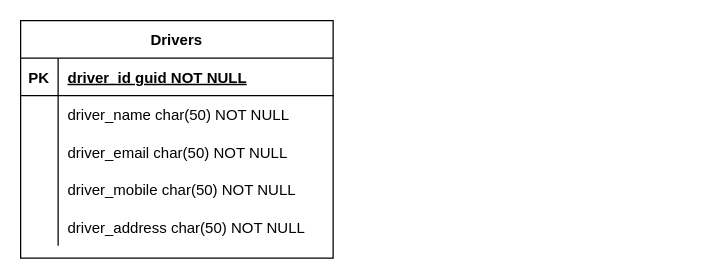
Earlier version of the draw.io diagram Untitled Diagram.drawio (connor-davis/vc-yeartwo). Source tidied: cells renumbered, new cells numbered last; positions are measured from the earlier drawing's top-left corner, leaving out a move shared by most shapes. Both pictures are drawn from the tidied source at 125%, with x=0, y=0 at pixel (20, 20).
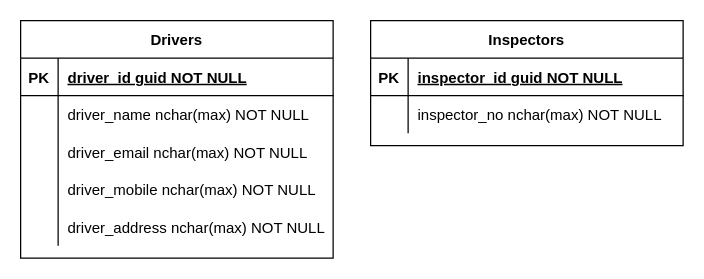
After the change.

The change refers to these unchanged cells:
```xml
<mxCell id="6" style="shape=partialRectangle;fillColor=none;top=0;left=0;right=0;bottom=0;" parent="2" vertex="1">
  <mxGeometry y="60" width="250" height="30" as="geometry" />
</mxCell>
<mxCell id="9" style="shape=partialRectangle;fillColor=none;top=0;left=0;right=0;bottom=0;" parent="2" vertex="1">
  <mxGeometry y="90" width="250" height="30" as="geometry" />
</mxCell>
<mxCell id="12" style="shape=partialRectangle;fillColor=none;top=0;left=0;right=0;bottom=0;" parent="2" vertex="1">
  <mxGeometry y="120" width="250" height="30" as="geometry" />
</mxCell>
<mxCell id="15" style="shape=partialRectangle;fillColor=none;top=0;left=0;right=0;bottom=0;" parent="2" vertex="1">
  <mxGeometry y="150" width="250" height="30" as="geometry" />
</mxCell>
```

What changed in the source:
```diff
@@
-    <mxCell id="8" value="driver_name char(50) NOT NULL" style="shape=partialRectangle;overflow=hidden;fillColor=none;top=0;left=0;bottom=0;right=0;align=left;spacingLeft=6;" parent="6" vertex="1">
+    <mxCell id="8" value="driver_name nchar(max) NOT NULL" style="shape=partialRectangle;overflow=hidden;fillColor=none;top=0;left=0;bottom=0;right=0;align=left;spacingLeft=6;" parent="6" vertex="1">
       <mxGeometry x="30" width="220" height="30" as="geometry" />
     </mxCell>
@@
-    <mxCell id="11" value="driver_email char(50) NOT NULL" style="shape=partialRectangle;overflow=hidden;fillColor=none;top=0;left=0;bottom=0;right=0;align=left;spacingLeft=6;" parent="9" vertex="1">
+    <mxCell id="11" value="driver_email nchar(max) NOT NULL" style="shape=partialRectangle;overflow=hidden;fillColor=none;top=0;left=0;bottom=0;right=0;align=left;spacingLeft=6;" parent="9" vertex="1">
       <mxGeometry x="30" width="220" height="30" as="geometry" />
     </mxCell>
@@
-    <mxCell id="14" value="driver_mobile char(50) NOT NULL" style="shape=partialRectangle;overflow=hidden;fillColor=none;top=0;left=0;bottom=0;right=0;align=left;spacingLeft=6;" parent="12" vertex="1">
+    <mxCell id="14" value="driver_mobile nchar(max) NOT NULL" style="shape=partialRectangle;overflow=hidden;fillColor=none;top=0;left=0;bottom=0;right=0;align=left;spacingLeft=6;" parent="12" vertex="1">
       <mxGeometry x="30" width="220" height="30" as="geometry" />
     </mxCell>
@@
-    <mxCell id="17" value="driver_address char(50) NOT NULL" style="shape=partialRectangle;overflow=hidden;fillColor=none;top=0;left=0;bottom=0;right=0;align=left;spacingLeft=6;" parent="15" vertex="1">
+    <mxCell id="17" value="driver_address nchar(max) NOT NULL" style="shape=partialRectangle;overflow=hidden;fillColor=none;top=0;left=0;bottom=0;right=0;align=left;spacingLeft=6;" parent="15" vertex="1">
       <mxGeometry x="30" width="220" height="30" as="geometry" />
     </mxCell>
+    <mxCell id="18" value="Inspectors" style="shape=table;startSize=30;childLayout=tableLayout;rowLines=0;fontStyle=1;align=center;" parent="1" vertex="1">
+      <mxGeometry x="280" width="250" height="100" as="geometry" />
+    </mxCell>
+    <mxCell id="19" style="shape=partialRectangle;fillColor=none;top=0;left=0;right=0;bottom=1;" parent="18" vertex="1">
+      <mxGeometry y="30" width="250" height="30" as="geometry" />
+    </mxCell>
+    <mxCell id="20" value="PK" style="shape=partialRectangle;overflow=hidden;fillColor=none;top=0;left=0;bottom=0;right=0;fontStyle=1;" parent="19" vertex="1">
+      <mxGeometry width="30" height="30" as="geometry" />
+    </mxCell>
+    <mxCell id="21" value="inspector_id guid NOT NULL " style="shape=partialRectangle;overflow=hidden;fillColor=none;top=0;left=0;bottom=0;right=0;align=left;spacingLeft=6;fontStyle=5;" parent="19" vertex="1">
+      <mxGeometry x="30" width="220" height="30" as="geometry" />
+    </mxCell>
+    <mxCell id="22" style="shape=partialRectangle;fillColor=none;top=0;left=0;right=0;bottom=0;" parent="18" vertex="1">
+      <mxGeometry y="60" width="250" height="30" as="geometry" />
+    </mxCell>
+    <mxCell id="23" style="shape=partialRectangle;overflow=hidden;fillColor=none;top=0;left=0;bottom=0;right=0;" parent="22" vertex="1">
+      <mxGeometry width="30" height="30" as="geometry" />
+    </mxCell>
+    <mxCell id="24" value="inspector_no nchar(max) NOT NULL" style="shape=partialRectangle;overflow=hidden;fillColor=none;top=0;left=0;bottom=0;right=0;align=left;spacingLeft=6;" parent="22" vertex="1">
+      <mxGeometry x="30" width="220" height="30" as="geometry" />
+    </mxCell>
```
